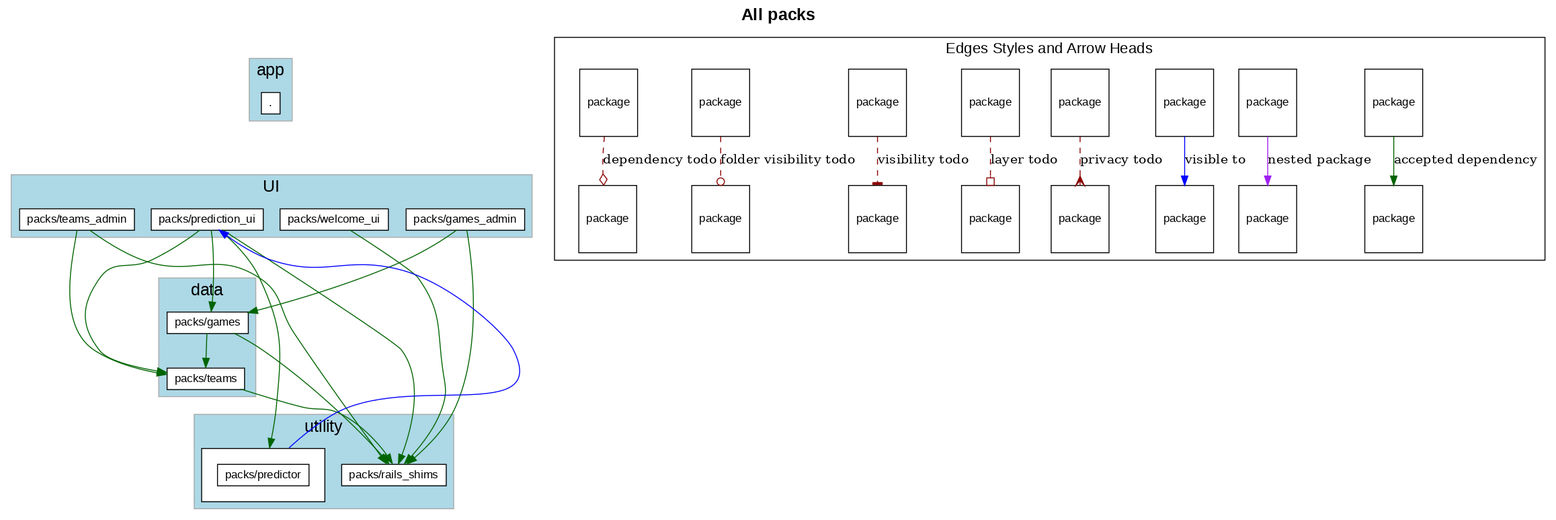
The Graphviz diagram diagrams/all_packs.png in shageman/package-based-rails-applications, before a commit. Its source is kept beside it as diagrams/all_packs.dot.
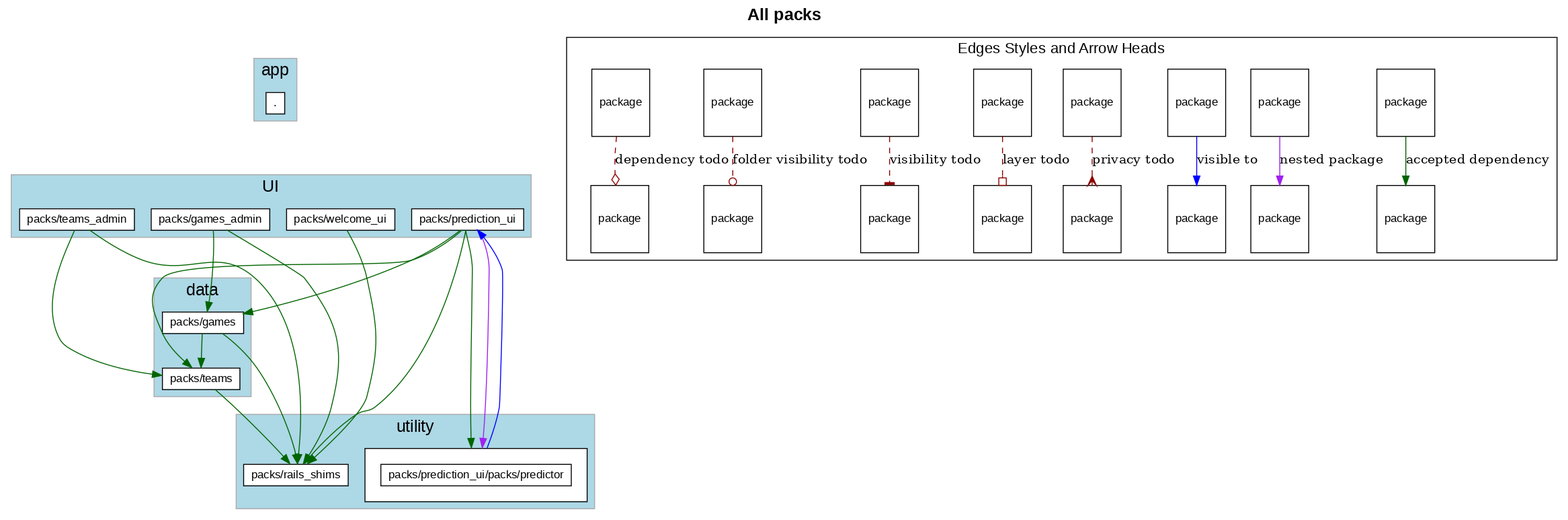
After the commit.

Diff of the diagram source:
```diff
@@ -124,12 +124,12 @@
       style=filled
         label="utility"
         cluster=true
-        rank = 3        "packs/predictor" [
+        rank = 3        "packs/prediction_ui/packs/predictor" [
             fontsize=12.0
             label= <
                 <table border='0' cellborder='1' cellspacing='0' cellpadding='16'><tr><td>
                   <table border='0' cellborder='1' cellspacing='0' cellpadding='4'>
-                    <tr> <td port='private'> packs/predictor </td> </tr>
+                    <tr> <td port='private'> packs/prediction_ui/packs/predictor </td> </tr>
                   </table>
                   </td></tr>
                   </table>
@@ -146,8 +146,8 @@
           ]
 
     }
-              "packs/games" -> "packs/predictor" [ style=invis ]
-              "packs/teams" -> "packs/predictor" [ style=invis ]
+              "packs/games" -> "packs/prediction_ui/packs/predictor" [ style=invis ]
+              "packs/teams" -> "packs/prediction_ui/packs/predictor" [ style=invis ]
               "packs/games" -> "packs/rails_shims" [ style=invis ]
               "packs/teams" -> "packs/rails_shims" [ style=invis ]
     subgraph NotInLayer {
@@ -162,14 +162,15 @@
           "packs/games_admin" -> "packs/games" [ color=darkgreen ]
           "packs/games_admin" -> "packs/rails_shims" [ color=darkgreen ]
           "packs/prediction_ui" -> "packs/games" [ color=darkgreen ]
-          "packs/prediction_ui" -> "packs/predictor" [ color=darkgreen ]
+          "packs/prediction_ui" -> "packs/prediction_ui/packs/predictor" [ color=darkgreen ]
           "packs/prediction_ui" -> "packs/rails_shims" [ color=darkgreen ]
           "packs/prediction_ui" -> "packs/teams" [ color=darkgreen ]
           "packs/teams" -> "packs/rails_shims" [ color=darkgreen ]
           "packs/teams_admin" -> "packs/rails_shims" [ color=darkgreen ]
           "packs/teams_admin" -> "packs/teams" [ color=darkgreen ]
           "packs/welcome_ui" -> "packs/rails_shims" [ color=darkgreen ]
-        "packs/predictor" -> "packs/prediction_ui" [ color=blue constraint=false ]
+          "packs/prediction_ui" -> "packs/prediction_ui/packs/predictor" [ color=purple ]
+        "packs/prediction_ui/packs/predictor" -> "packs/prediction_ui" [ color=blue constraint=false ]
     subgraph cluster_legend {
       fontsize=16
       label="Edges Styles and Arrow Heads"
```
